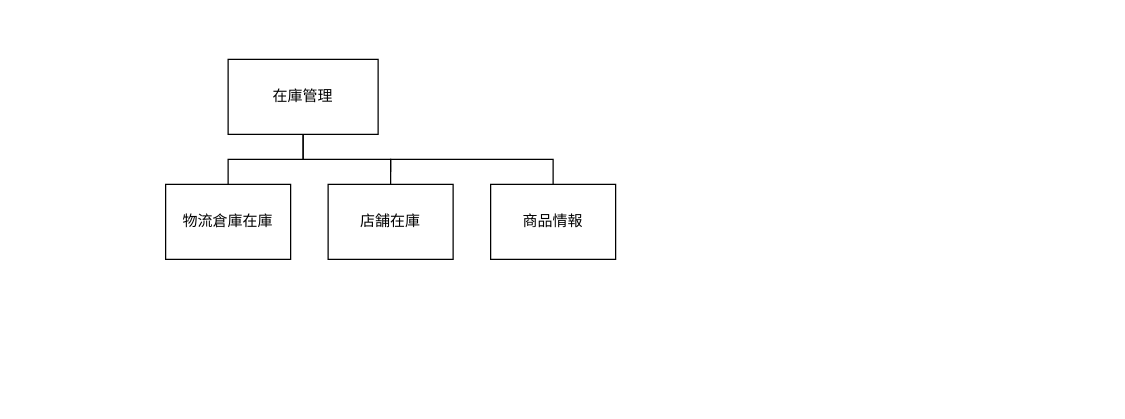
Above: サブシステム構造図/在庫管理.drawio in Yamanin3/system-devel (draw.io), before the change. Source tidied: cells renumbered, new cells numbered last; positions are measured from the earlier drawing's top-left corner, leaving out a move shared by most shapes. Both pictures are drawn from the tidied source at 125%, with x=0, y=0 at pixel (165, 59).
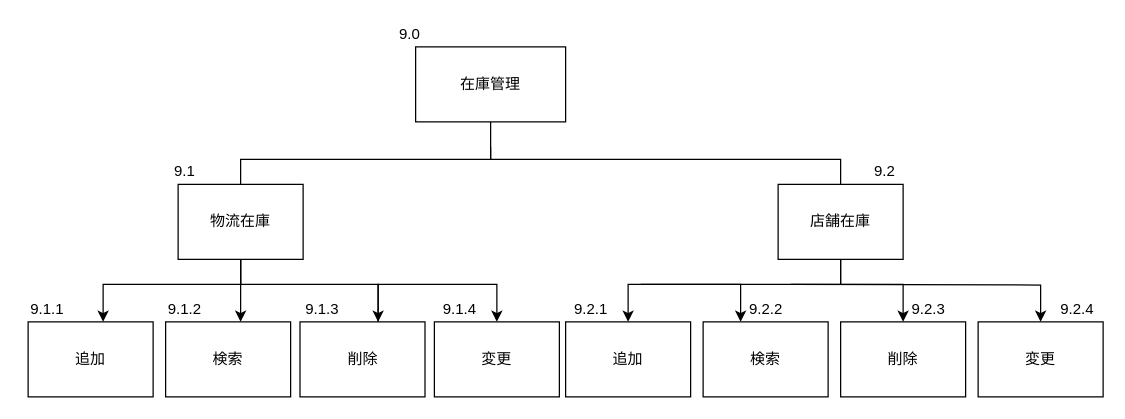
The same page after the edit.

Commit message:
在庫管理サブシステムを完成させました

Change to the diagram source:
```diff
@@
     <mxCell id="2" value="在庫管理" style="whiteSpace=wrap;html=1;align=center;" parent="1" vertex="1">
-      <mxGeometry x="50" width="120" height="60" as="geometry" />
+      <mxGeometry x="200" y="-10" width="120" height="60" as="geometry" />
     </mxCell>
+    <mxCell id="9" style="edgeStyle=orthogonalEdgeStyle;rounded=0;jettySize=auto;html=1;" parent="1" edge="1" source="3" target="15">
+      <mxGeometry relative="1" as="geometry">
+        <Array as="points">
+          <mxPoint x="540" y="180" />
+          <mxPoint x="370" y="180" />
+        </Array>
+      </mxGeometry>
+    </mxCell>
+    <mxCell id="10" style="edgeStyle=orthogonalEdgeStyle;rounded=0;jettySize=auto;html=1;" parent="1" edge="1" source="3" target="12">
+      <mxGeometry relative="1" as="geometry">
+        <Array as="points">
+          <mxPoint x="540" y="180" />
+          <mxPoint x="590" y="180" />
+        </Array>
+      </mxGeometry>
+    </mxCell>
     <mxCell id="3" value="店舗在庫" style="whiteSpace=wrap;html=1;align=center;verticalAlign=middle;" parent="1" vertex="1">
-      <mxGeometry x="130" y="100" width="100" height="60" as="geometry" />
+      <mxGeometry x="490" y="100" width="100" height="60" as="geometry" />
     </mxCell>
+    <mxCell id="11" style="edgeStyle=orthogonalEdgeStyle;rounded=0;jettySize=auto;html=1;" parent="1" edge="1" target="13">
+      <mxGeometry relative="1" as="geometry">
+        <mxPoint x="500" y="180" as="sourcePoint" />
+      </mxGeometry>
+    </mxCell>
+    <mxCell id="12" value="削除" style="whiteSpace=wrap;html=1;align=center;verticalAlign=middle;" parent="1" vertex="1">
+      <mxGeometry x="540" y="210" width="100" height="60" as="geometry" />
+    </mxCell>
+    <mxCell id="13" value="変更" style="whiteSpace=wrap;html=1;align=center;verticalAlign=middle;" parent="1" vertex="1">
+      <mxGeometry x="650" y="210" width="100" height="60" as="geometry" />
+    </mxCell>
+    <mxCell id="14" style="edgeStyle=orthogonalEdgeStyle;rounded=0;jettySize=auto;html=1;" parent="1" edge="1" target="16">
+      <mxGeometry relative="1" as="geometry">
+        <mxPoint x="380" y="180" as="sourcePoint" />
+        <Array as="points">
+          <mxPoint x="460" y="180" />
+        </Array>
+      </mxGeometry>
+    </mxCell>
+    <mxCell id="15" value="追加" style="whiteSpace=wrap;html=1;align=center;verticalAlign=middle;" parent="1" vertex="1">
+      <mxGeometry x="320" y="210" width="100" height="60" as="geometry" />
+    </mxCell>
+    <mxCell id="16" value="検索" style="whiteSpace=wrap;html=1;align=center;verticalAlign=middle;" parent="1" vertex="1">
+      <mxGeometry x="430" y="210" width="100" height="60" as="geometry" />
+    </mxCell>
     <mxCell id="4" style="edgeStyle=elbowEdgeStyle;elbow=vertical;startArrow=none;endArrow=none;rounded=0;" parent="1" edge="1" target="3">
       <mxGeometry relative="1" as="geometry">
-        <mxPoint x="110" y="60" as="sourcePoint" />
+        <mxPoint x="260" y="70" as="sourcePoint" />
+        <Array as="points">
+          <mxPoint x="110" y="80" />
+          <mxPoint x="260" y="80" />
+          <mxPoint x="180" y="80" />
+          <mxPoint x="270" y="80" />
+        </Array>
       </mxGeometry>
     </mxCell>
+    <mxCell id="17" style="edgeStyle=orthogonalEdgeStyle;rounded=0;jettySize=auto;html=1;" parent="1" edge="1" source="5" target="23">
+      <mxGeometry relative="1" as="geometry">
+        <Array as="points">
+          <mxPoint x="60" y="180" />
+          <mxPoint x="-50" y="180" />
+        </Array>
+      </mxGeometry>
+    </mxCell>
+    <mxCell id="18" style="edgeStyle=orthogonalEdgeStyle;rounded=0;jettySize=auto;html=1;" parent="1" edge="1" source="5" target="20">
+      <mxGeometry relative="1" as="geometry">
+        <Array as="points">
+          <mxPoint x="60" y="180" />
+          <mxPoint x="170" y="180" />
+        </Array>
+      </mxGeometry>
+    </mxCell>
-    <mxCell id="5" value="物流倉庫在庫" style="whiteSpace=wrap;html=1;align=center;verticalAlign=middle;" parent="1" vertex="1">
-      <mxGeometry y="100" width="100" height="60" as="geometry" />
+    <mxCell id="5" value="物流在庫" style="whiteSpace=wrap;html=1;align=center;verticalAlign=middle;" parent="1" vertex="1">
+      <mxGeometry x="10" y="100" width="100" height="60" as="geometry" />
     </mxCell>
+    <mxCell id="19" style="edgeStyle=orthogonalEdgeStyle;rounded=0;jettySize=auto;html=1;" parent="1" edge="1" source="20" target="21">
+      <mxGeometry relative="1" as="geometry">
+        <Array as="points">
+          <mxPoint x="170" y="180" />
+        </Array>
+      </mxGeometry>
+    </mxCell>
+    <mxCell id="20" value="削除" style="whiteSpace=wrap;html=1;align=center;verticalAlign=middle;" parent="1" vertex="1">
+      <mxGeometry x="107.5" y="210" width="100" height="60" as="geometry" />
+    </mxCell>
+    <mxCell id="21" value="変更" style="whiteSpace=wrap;html=1;align=center;verticalAlign=middle;" parent="1" vertex="1">
+      <mxGeometry x="215" y="210" width="100" height="60" as="geometry" />
+    </mxCell>
+    <mxCell id="22" style="edgeStyle=orthogonalEdgeStyle;rounded=0;jettySize=auto;html=1;exitX=0.5;exitY=1;exitDx=0;exitDy=0;" parent="1" edge="1" source="5" target="24">
+      <mxGeometry relative="1" as="geometry">
+        <Array as="points">
+          <mxPoint x="60" y="160" />
+        </Array>
+      </mxGeometry>
+    </mxCell>
+    <mxCell id="23" value="追加" style="whiteSpace=wrap;html=1;align=center;verticalAlign=middle;" parent="1" vertex="1">
+      <mxGeometry x="-110" y="210" width="100" height="60" as="geometry" />
+    </mxCell>
+    <mxCell id="24" value="検索" style="whiteSpace=wrap;html=1;align=center;verticalAlign=middle;" parent="1" vertex="1">
+      <mxGeometry y="210" width="100" height="60" as="geometry" />
+    </mxCell>
-    <mxCell id="6" style="edgeStyle=elbowEdgeStyle;elbow=vertical;startArrow=none;endArrow=none;rounded=0;" parent="1" edge="1" target="5">
+    <mxCell id="6" style="edgeStyle=elbowEdgeStyle;elbow=vertical;startArrow=none;endArrow=none;rounded=0;exitX=0.5;exitY=1;exitDx=0;exitDy=0;" parent="1" edge="1" source="2" target="5">
       <mxGeometry relative="1" as="geometry">
-        <mxPoint x="110" y="60" as="sourcePoint" />
+        <Array as="points">
+          <mxPoint x="260" y="80" />
+          <mxPoint x="130" y="60" />
+        </Array>
       </mxGeometry>
     </mxCell>
-    <mxCell id="7" value="商品情報" style="whiteSpace=wrap;html=1;align=center;verticalAlign=middle;" parent="1" vertex="1">
-      <mxGeometry x="260" y="100" width="100" height="60" as="geometry" />
-    </mxCell>
-    <mxCell id="8" style="edgeStyle=elbowEdgeStyle;elbow=vertical;startArrow=none;endArrow=none;rounded=0;" parent="1" edge="1" target="7">
-      <mxGeometry relative="1" as="geometry">
-        <mxPoint x="180" y="90" as="sourcePoint" />
-        <Array as="points">
-          <mxPoint x="310" y="80" />
-        </Array>
-      </mxGeometry>
-    </mxCell>
+    <mxCell id="25" value="9.0" style="text;html=1;align=center;verticalAlign=middle;fillColor=none;strokeColor=none;rounded=0;" parent="1" vertex="1">
+      <mxGeometry x="180" y="-30" width="30" height="20" as="geometry" />
+    </mxCell>
+    <mxCell id="26" value="9.1" style="text;html=1;align=center;verticalAlign=middle;fillColor=none;strokeColor=none;rounded=0;" parent="1" vertex="1">
+      <mxGeometry y="80" width="30" height="20" as="geometry" />
+    </mxCell>
+    <mxCell id="27" value="9.2" style="text;html=1;align=center;verticalAlign=middle;fillColor=none;strokeColor=none;rounded=0;" parent="1" vertex="1">
+      <mxGeometry x="560" y="80" width="30" height="20" as="geometry" />
+    </mxCell>
+    <mxCell id="28" value="9.1.1" style="text;html=1;align=center;verticalAlign=middle;fillColor=none;strokeColor=none;rounded=0;" parent="1" vertex="1">
+      <mxGeometry x="-115" y="190" width="40" height="20" as="geometry" />
+    </mxCell>
+    <mxCell id="29" value="9.1.2" style="text;html=1;align=center;verticalAlign=middle;fillColor=none;strokeColor=none;rounded=0;" parent="1" vertex="1">
+      <mxGeometry x="-5" y="190" width="40" height="20" as="geometry" />
+    </mxCell>
+    <mxCell id="30" value="9.1.3" style="text;html=1;align=center;verticalAlign=middle;fillColor=none;strokeColor=none;rounded=0;" parent="1" vertex="1">
+      <mxGeometry x="105" y="190" width="40" height="20" as="geometry" />
+    </mxCell>
+    <mxCell id="31" value="9.1.4&lt;br&gt;" style="text;html=1;align=center;verticalAlign=middle;fillColor=none;strokeColor=none;rounded=0;" parent="1" vertex="1">
+      <mxGeometry x="215" y="190" width="40" height="20" as="geometry" />
+    </mxCell>
+    <mxCell id="32" value="9.2.1" style="text;html=1;align=center;verticalAlign=middle;fillColor=none;strokeColor=none;rounded=0;" parent="1" vertex="1">
+      <mxGeometry x="320" y="190" width="40" height="20" as="geometry" />
+    </mxCell>
+    <mxCell id="33" value="9.2.2" style="text;html=1;align=center;verticalAlign=middle;fillColor=none;strokeColor=none;rounded=0;" parent="1" vertex="1">
+      <mxGeometry x="460" y="190" width="40" height="20" as="geometry" />
+    </mxCell>
+    <mxCell id="34" value="9.2.3" style="text;html=1;align=center;verticalAlign=middle;fillColor=none;strokeColor=none;rounded=0;" parent="1" vertex="1">
+      <mxGeometry x="590" y="190" width="40" height="20" as="geometry" />
+    </mxCell>
+    <mxCell id="35" value="9.2.4" style="text;html=1;align=center;verticalAlign=middle;fillColor=none;strokeColor=none;rounded=0;" parent="1" vertex="1">
+      <mxGeometry x="709" y="190" width="40" height="20" as="geometry" />
+    </mxCell>
```
